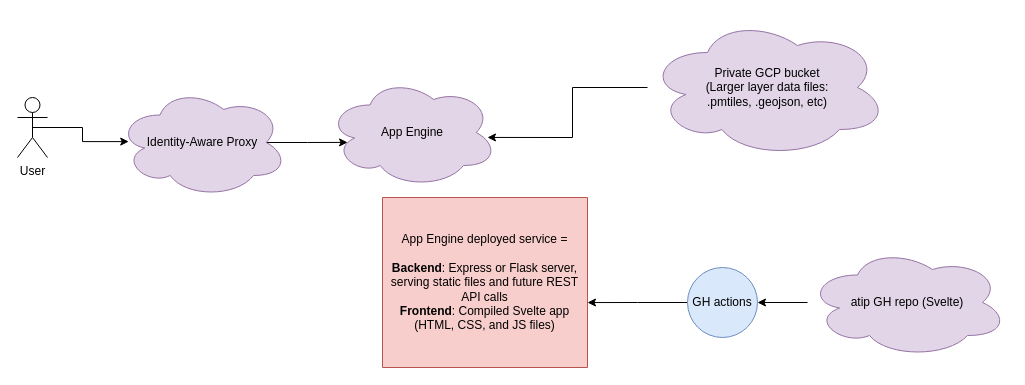
The draw.io diagram docs/proposed_architecture.drawio in acteng/atip, before the edit. Source tidied: cells renumbered, new cells numbered last; positions are measured from the earlier drawing's top-left corner, leaving out a move shared by most shapes. Both pictures are drawn from the tidied source at 100%, with x=0, y=0 at pixel (17, -523).
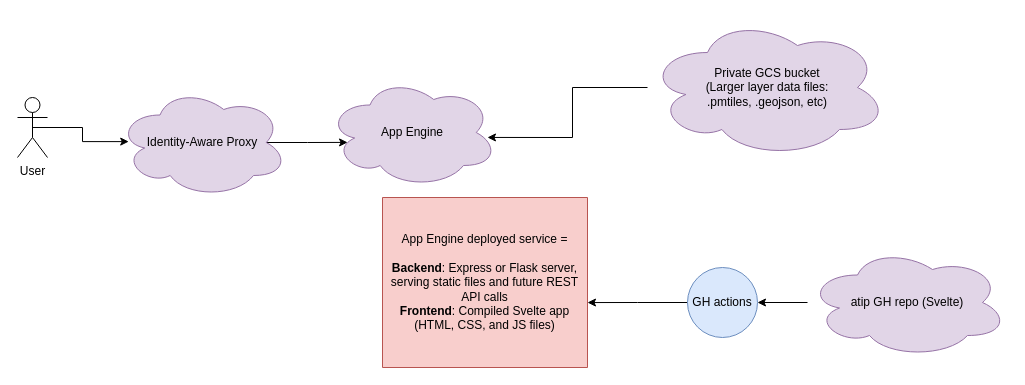
Above is the later version.

Commit message (it also covers changes not shown here):
Fix typo in proposed architecture diagram -- GCS, not GCP, bucket

Diff of the diagram source:
```diff
@@
 <mxGraphModel>
   <root>
     <mxCell id="0" />
     <mxCell id="1" parent="0" />
     <mxCell id="2" style="edgeStyle=orthogonalEdgeStyle;rounded=0;orthogonalLoop=1;jettySize=auto;html=1;exitX=0.5;exitY=1;exitDx=0;exitDy=0;exitPerimeter=0;entryX=0.956;entryY=0.569;entryDx=0;entryDy=0;entryPerimeter=0;" parent="1" edge="1">
       <mxGeometry relative="1" as="geometry">
         <mxPoint x="737.5" y="115.3" as="targetPoint" />
         <Array as="points">
           <mxPoint x="1080" />
           <mxPoint x="880" />
           <mxPoint x="880" y="85" />
         </Array>
       </mxGeometry>
     </mxCell>
     <mxCell id="3" style="edgeStyle=orthogonalEdgeStyle;rounded=0;jettySize=auto;html=1;" parent="1" edge="1" source="4" target="6">
       <mxGeometry relative="1" as="geometry" />
     </mxCell>
     <mxCell id="4" value="atip GH repo (Svelte)" style="ellipse;shape=cloud;whiteSpace=wrap;html=1;fillColor=#e1d5e7;strokeColor=#9673a6;" parent="1" vertex="1">
       <mxGeometry x="790" y="770" width="200" height="110" as="geometry" />
     </mxCell>
     <mxCell id="5" style="edgeStyle=orthogonalEdgeStyle;rounded=0;jettySize=auto;html=1;entryX=1;entryY=0.618;entryDx=0;entryDy=0;entryPerimeter=0;" parent="1" edge="1" source="6" target="14">
       <mxGeometry relative="1" as="geometry" />
     </mxCell>
     <mxCell id="6" value="GH actions" style="ellipse;whiteSpace=wrap;html=1;fillColor=#dae8fc;strokeColor=#6c8ebf;" parent="1" vertex="1">
       <mxGeometry x="670" y="790" width="70" height="70" as="geometry" />
     </mxCell>
     <mxCell id="7" style="edgeStyle=orthogonalEdgeStyle;rounded=0;jettySize=auto;html=1;exitX=0.5;exitY=0.5;exitDx=0;exitDy=0;exitPerimeter=0;entryX=0.066;entryY=0.492;entryDx=0;entryDy=0;entryPerimeter=0;" parent="1" edge="1" source="8" target="10">
       <mxGeometry relative="1" as="geometry" />
     </mxCell>
     <mxCell id="8" value="User" style="shape=umlActor;verticalLabelPosition=bottom;verticalAlign=top;html=1;outlineConnect=0;" parent="1" vertex="1">
       <mxGeometry y="620" width="30" height="60" as="geometry" />
     </mxCell>
     <mxCell id="9" style="edgeStyle=orthogonalEdgeStyle;rounded=0;jettySize=auto;html=1;exitX=0.875;exitY=0.5;exitDx=0;exitDy=0;exitPerimeter=0;entryX=0.118;entryY=0.59;entryDx=0;entryDy=0;entryPerimeter=0;" parent="1" edge="1" source="10" target="11">
       <mxGeometry relative="1" as="geometry" />
     </mxCell>
     <mxCell id="10" value="Identity-Aware Proxy" style="ellipse;shape=cloud;whiteSpace=wrap;html=1;fillColor=#e1d5e7;strokeColor=#9673a6;" parent="1" vertex="1">
       <mxGeometry x="100" y="610" width="170" height="110" as="geometry" />
     </mxCell>
     <mxCell id="11" value="App Engine" style="ellipse;shape=cloud;whiteSpace=wrap;html=1;fillColor=#e1d5e7;strokeColor=#9673a6;" parent="1" vertex="1">
       <mxGeometry x="310" y="600" width="170" height="110" as="geometry" />
     </mxCell>
     <mxCell id="12" style="edgeStyle=orthogonalEdgeStyle;rounded=0;jettySize=auto;html=1;entryX=0.941;entryY=0.545;entryDx=0;entryDy=0;entryPerimeter=0;" parent="1" edge="1" source="13" target="11">
       <mxGeometry relative="1" as="geometry" />
     </mxCell>
-    <mxCell id="13" value="&lt;div&gt;Private GCP bucket&lt;/div&gt;&lt;div&gt;(Larger layer data files:&lt;/div&gt;&lt;div&gt;.pmtiles, .geojson, etc)&lt;br&gt;&lt;/div&gt;" style="ellipse;shape=cloud;whiteSpace=wrap;html=1;fillColor=#e1d5e7;strokeColor=#9673a6;" parent="1" vertex="1">
+    <mxCell id="13" value="&lt;div&gt;Private GCS bucket&lt;/div&gt;&lt;div&gt;(Larger layer data files:&lt;/div&gt;&lt;div&gt;.pmtiles, .geojson, etc)&lt;br&gt;&lt;/div&gt;" style="ellipse;shape=cloud;whiteSpace=wrap;html=1;fillColor=#e1d5e7;strokeColor=#9673a6;" parent="1" vertex="1">
       <mxGeometry x="630" y="540" width="240" height="140" as="geometry" />
     </mxCell>
     <mxCell id="14" value="&lt;div&gt;App Engine deployed service =&lt;br&gt;&lt;/div&gt;&lt;div&gt;&lt;br&gt;&lt;/div&gt;&lt;div&gt;&lt;b&gt;Backend&lt;/b&gt;: Express or Flask server, serving static files and future REST API calls&lt;/div&gt;&lt;div&gt;&lt;b&gt;Frontend&lt;/b&gt;: Compiled Svelte app (HTML, CSS, and JS files)&lt;br&gt;&lt;/div&gt;" style="shape=note;whiteSpace=wrap;html=1;backgroundOutline=1;darkOpacity=0.05;fillColor=#f8cecc;strokeColor=#b85450;size=0;" parent="1" vertex="1">
       <mxGeometry x="365" y="720" width="205" height="170" as="geometry" />
     </mxCell>
   </root>
 </mxGraphModel>
```
